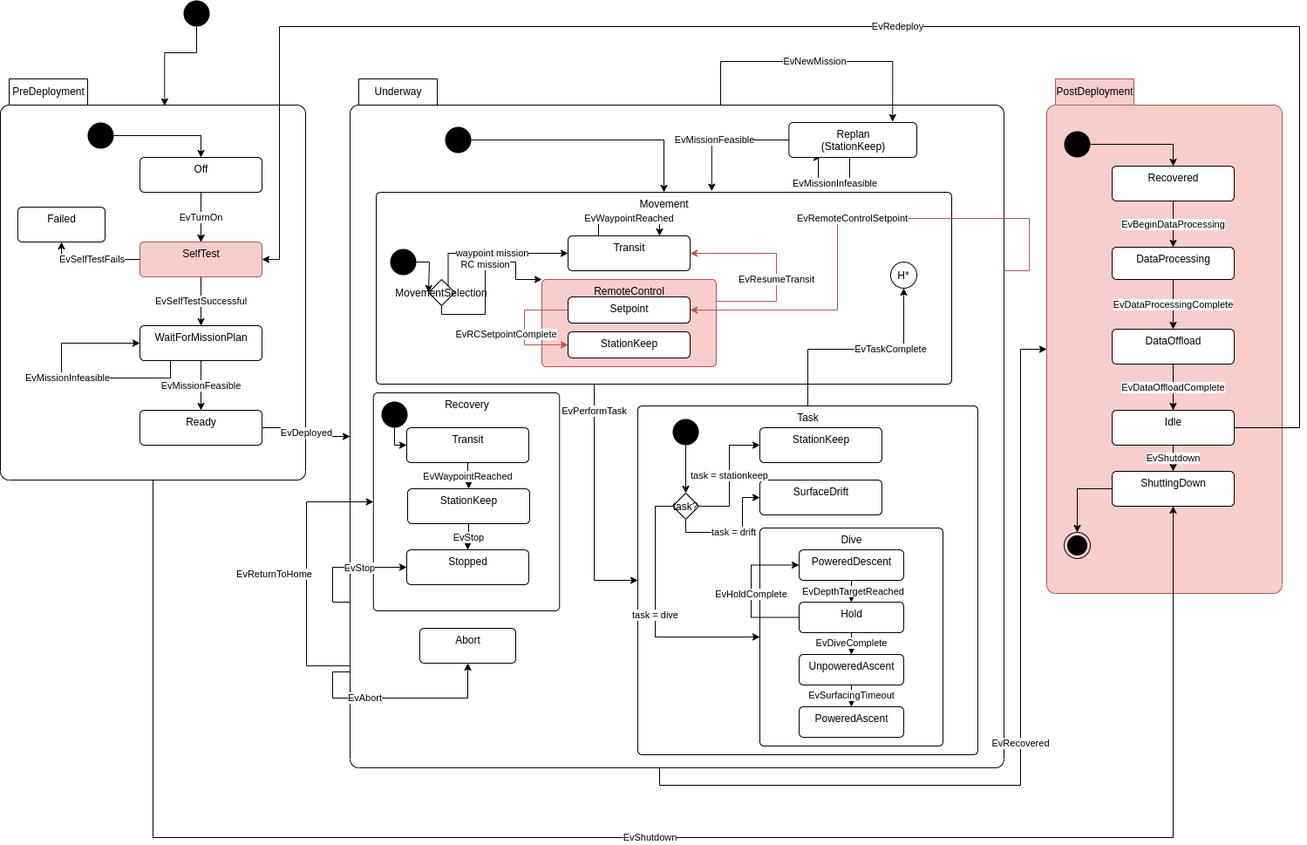
This is src/doc/figures/mission-states.png from jaiarobotics/jaiabot, a draw.io export, as it was before one commit. Source tidied: cells renumbered, new cells last; positions are measured from the earlier drawing's top-left corner, leaving out a move shared by most shapes.
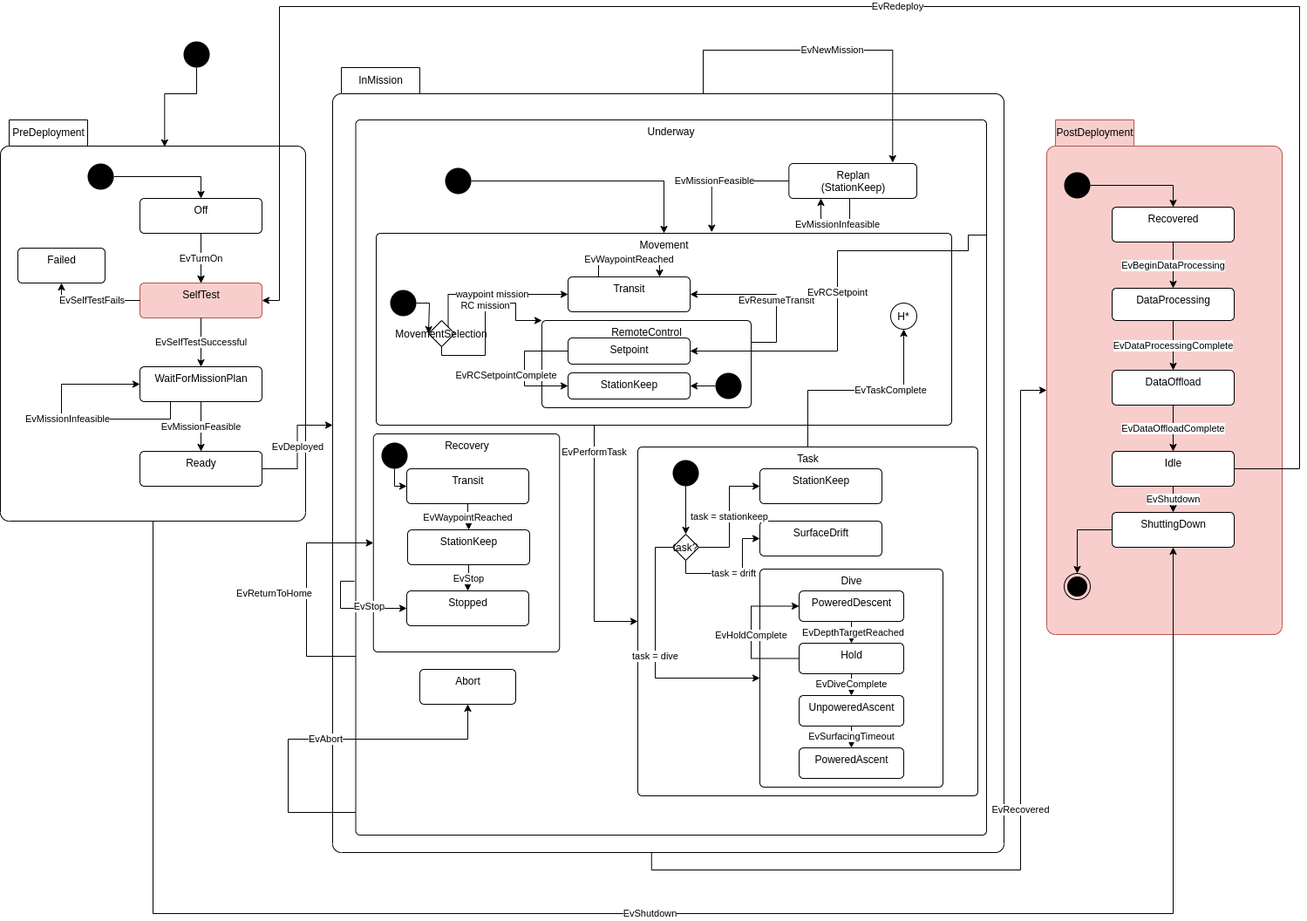
Later version of the same file.

Diff of the diagram source:
```diff
@@ -97,15 +97,18 @@
       </mxGeometry>
     </mxCell>
     <mxCell id="30" style="group;" parent="1" vertex="1">
-      <mxGeometry x="401" y="130" width="830" height="750" as="geometry" />
+      <mxGeometry x="401" y="130" width="830" height="800" as="geometry" />
     </mxCell>
-    <mxCell id="31" value="Underway" style="shape=folder;align=center;verticalAlign=middle;fontStyle=0;tabWidth=100;tabHeight=30;tabPosition=left;html=1;boundedLbl=1;labelInHeader=1;rounded=1;absoluteArcSize=1;arcSize=10;" parent="30" vertex="1">
-      <mxGeometry y="-40" width="750" height="790" as="geometry" />
+    <mxCell id="31" value="InMission" style="shape=folder;align=center;verticalAlign=middle;fontStyle=0;tabWidth=100;tabHeight=30;tabPosition=left;html=1;boundedLbl=1;labelInHeader=1;rounded=1;absoluteArcSize=1;arcSize=10;" parent="30" vertex="1">
+      <mxGeometry x="-20" y="-100" width="770" height="900" as="geometry" />
     </mxCell>
+    <mxCell id="97" value="Underway" style="html=1;align=center;verticalAlign=top;rounded=1;absoluteArcSize=1;arcSize=10;dashed=0;" parent="30" vertex="1">
+      <mxGeometry x="6.5" y="-40" width="723.5" height="820" as="geometry" />
+    </mxCell>
-    <mxCell id="32" value="EvReturnToHome" style="edgeStyle=orthogonalEdgeStyle;rounded=0;jettySize=auto;html=1;entryX=0;entryY=0.5;entryDx=0;entryDy=0;exitX=-0.001;exitY=0.852;exitDx=0;exitDy=0;exitPerimeter=0;" parent="30" edge="1" source="31" target="37">
+    <mxCell id="32" value="EvReturnToHome" style="edgeStyle=orthogonalEdgeStyle;rounded=0;jettySize=auto;html=1;entryX=0;entryY=0.5;entryDx=0;entryDy=0;exitX=0;exitY=0.75;exitDx=0;exitDy=0;" parent="30" edge="1" source="97" target="37">
       <mxGeometry x="-0.02" y="37" relative="1" as="geometry">
         <Array as="points">
-          <mxPoint x="-50" y="633" />
+          <mxPoint x="-50" y="575" />
           <mxPoint x="-50" y="445" />
         </Array>
       </mxGeometry>
@@ -169,8 +172,13 @@
     <mxCell id="46" style="ellipse;fillColor=#000000;strokeColor=none;" parent="30" vertex="1">
       <mxGeometry x="36" y="330" width="30" height="30" as="geometry" />
     </mxCell>
-    <mxCell id="47" style="edgeStyle=orthogonalEdgeStyle;rounded=0;jettySize=auto;html=1;entryX=0;entryY=0.5;entryDx=0;entryDy=0;exitX=0;exitY=0;exitDx=0;exitDy=600;exitPerimeter=0;" parent="30" edge="1" source="31" target="51">
-      <mxGeometry relative="1" as="geometry" />
+    <mxCell id="47" style="edgeStyle=orthogonalEdgeStyle;rounded=0;jettySize=auto;html=1;entryX=0;entryY=0.5;entryDx=0;entryDy=0;exitX=-0.002;exitY=0.645;exitDx=0;exitDy=0;exitPerimeter=0;" parent="30" edge="1" source="97" target="51">
+      <mxGeometry relative="1" as="geometry">
+        <Array as="points">
+          <mxPoint x="-11" y="489" />
+          <mxPoint x="-11" y="520" />
+        </Array>
+      </mxGeometry>
     </mxCell>
     <mxCell id="48" value="EvStop" style="edgeLabel;html=1;align=center;verticalAlign=middle;" parent="47" vertex="1">
       <mxGeometry x="-0.2" y="1" relative="1" as="geometry">
@@ -180,12 +188,11 @@
     <mxCell id="49" value="Abort" style="html=1;align=center;verticalAlign=top;rounded=1;absoluteArcSize=1;arcSize=10;dashed=0;" parent="30" vertex="1">
       <mxGeometry x="80" y="590" width="110" height="40" as="geometry" />
     </mxCell>
-    <mxCell id="50" value="EvAbort" style="edgeStyle=orthogonalEdgeStyle;rounded=0;jettySize=auto;html=1;entryX=0.5;entryY=1;entryDx=0;entryDy=0;exitX=0;exitY=0.949;exitDx=0;exitDy=0;exitPerimeter=0;" parent="30" edge="1" source="31" target="49">
+    <mxCell id="50" value="EvAbort" style="edgeStyle=orthogonalEdgeStyle;rounded=0;jettySize=auto;html=1;entryX=0.5;entryY=1;entryDx=0;entryDy=0;" parent="30" edge="1" source="97" target="49">
       <mxGeometry relative="1" as="geometry">
         <Array as="points">
-          <mxPoint y="640" />
-          <mxPoint x="-20" y="640" />
-          <mxPoint x="-20" y="670" />
+          <mxPoint x="-71" y="754" />
+          <mxPoint x="-71" y="670" />
           <mxPoint x="135" y="670" />
         </Array>
       </mxGeometry>
@@ -294,8 +301,7 @@
       <mxGeometry x="-0.05" relative="1" as="geometry">
         <Array as="points">
           <mxPoint x="573" y="80" />
-          <mxPoint x="537" y="80" />
-          <mxPoint x="537" y="50" />
+          <mxPoint x="540" y="80" />
         </Array>
       </mxGeometry>
     </mxCell>
@@ -330,7 +336,7 @@
         </Array>
       </mxGeometry>
     </mxCell>
-    <mxCell id="82" value="EvResumeTransit" style="edgeStyle=orthogonalEdgeStyle;rounded=0;jettySize=auto;html=1;entryX=1;entryY=0.5;entryDx=0;entryDy=0;exitX=1;exitY=0.25;exitDx=0;exitDy=0;fillColor=#f8cecc;strokeColor=#b85450;jumpStyle=arc;" parent="30" edge="1" source="84" target="35">
+    <mxCell id="82" value="EvResumeTransit" style="edgeStyle=orthogonalEdgeStyle;rounded=0;jettySize=auto;html=1;entryX=1;entryY=0.5;entryDx=0;entryDy=0;exitX=1;exitY=0.25;exitDx=0;exitDy=0;jumpStyle=arc;" parent="30" edge="1" source="84" target="35">
       <mxGeometry x="-0.16" relative="1" as="geometry">
         <Array as="points">
           <mxPoint x="489" y="215" />
@@ -339,10 +345,10 @@
       </mxGeometry>
     </mxCell>
     <mxCell id="83" style="group;" parent="30" vertex="1">
-      <mxGeometry x="220" y="190" width="200" height="100" as="geometry" />
+      <mxGeometry x="220" y="190" width="240" height="100" as="geometry" />
     </mxCell>
-    <mxCell id="84" value="RemoteControl" style="html=1;align=center;verticalAlign=top;rounded=1;absoluteArcSize=1;arcSize=10;dashed=0;fillColor=#f8cecc;strokeColor=#b85450;" parent="83" vertex="1">
-      <mxGeometry width="200" height="100" as="geometry" />
+    <mxCell id="84" value="RemoteControl" style="html=1;align=center;verticalAlign=top;rounded=1;absoluteArcSize=1;arcSize=10;dashed=0;" parent="83" vertex="1">
+      <mxGeometry width="240" height="100" as="geometry" />
     </mxCell>
     <mxCell id="85" value="StationKeep" style="html=1;align=center;verticalAlign=top;rounded=1;absoluteArcSize=1;arcSize=10;dashed=0;" parent="83" vertex="1">
       <mxGeometry x="30" y="60" width="140" height="30" as="geometry" />
@@ -350,7 +356,7 @@
     <mxCell id="86" value="Setpoint" style="html=1;align=center;verticalAlign=top;rounded=1;absoluteArcSize=1;arcSize=10;dashed=0;" parent="83" vertex="1">
       <mxGeometry x="30" y="20" width="140" height="30" as="geometry" />
     </mxCell>
-    <mxCell id="87" value="EvRCSetpointComplete" style="edgeStyle=orthogonalEdgeStyle;rounded=0;jettySize=auto;html=1;entryX=0;entryY=0.5;entryDx=0;entryDy=0;fillColor=#f8cecc;strokeColor=#b85450;exitX=0;exitY=0.5;exitDx=0;exitDy=0;" parent="83" edge="1" source="86" target="85">
+    <mxCell id="87" value="EvRCSetpointComplete" style="edgeStyle=orthogonalEdgeStyle;rounded=0;jettySize=auto;html=1;entryX=0;entryY=0.5;entryDx=0;entryDy=0;exitX=0;exitY=0.5;exitDx=0;exitDy=0;" parent="83" edge="1" source="86" target="85">
       <mxGeometry x="0.11" y="-21" relative="1" as="geometry">
         <Array as="points">
           <mxPoint x="-20" y="35" />
@@ -358,12 +364,18 @@
         </Array>
       </mxGeometry>
     </mxCell>
+    <mxCell id="98" style="edgeStyle=orthogonalEdgeStyle;rounded=0;jettySize=auto;html=1;entryX=1;entryY=0.5;entryDx=0;entryDy=0;" parent="83" edge="1" source="99" target="85">
+      <mxGeometry relative="1" as="geometry" />
+    </mxCell>
+    <mxCell id="99" style="ellipse;fillColor=#000000;strokeColor=none;" parent="83" vertex="1">
+      <mxGeometry x="199" y="60" width="30" height="30" as="geometry" />
+    </mxCell>
-    <mxCell id="88" value="EvRemoteControlSetpoint" style="edgeStyle=orthogonalEdgeStyle;rounded=0;jettySize=auto;html=1;entryX=1;entryY=0.5;entryDx=0;entryDy=0;exitX=0;exitY=0;exitDx=750;exitDy=220;fillColor=#f8cecc;strokeColor=#b85450;exitPerimeter=0;jumpStyle=arc;" parent="30" edge="1" source="31" target="86">
+    <mxCell id="88" value="EvRCSetpoint" style="edgeStyle=orthogonalEdgeStyle;rounded=0;jettySize=auto;html=1;entryX=1;entryY=0.5;entryDx=0;entryDy=0;exitX=1;exitY=0.161;exitDx=0;exitDy=0;jumpStyle=arc;exitPerimeter=0;" parent="30" edge="1" source="97" target="86">
       <mxGeometry relative="1" as="geometry">
         <Array as="points">
-          <mxPoint x="779" y="180" />
-          <mxPoint x="779" y="120" />
-          <mxPoint x="559" y="120" />
+          <mxPoint x="709" y="92" />
+          <mxPoint x="709" y="110" />
+          <mxPoint x="559" y="110" />
           <mxPoint x="559" y="225" />
         </Array>
       </mxGeometry>
@@ -380,8 +392,8 @@
     <mxCell id="92" value="EvRecovered" style="edgeStyle=orthogonalEdgeStyle;rounded=0;jettySize=auto;html=1;entryX=0;entryY=0;entryDx=0;entryDy=310;exitX=0.475;exitY=1;exitDx=0;exitDy=0;exitPerimeter=0;entryPerimeter=0;" parent="1" edge="1" source="31" target="3">
       <mxGeometry relative="1" as="geometry">
         <Array as="points">
-          <mxPoint x="756" y="900" />
-          <mxPoint x="1170" y="900" />
+          <mxPoint x="747" y="950" />
+          <mxPoint x="1170" y="950" />
           <mxPoint x="1170" y="400" />
         </Array>
       </mxGeometry>
@@ -395,8 +407,8 @@
     <mxCell id="95" value="EvShutdown" style="edgeStyle=orthogonalEdgeStyle;rounded=0;jettySize=auto;html=1;entryX=0.5;entryY=1;entryDx=0;entryDy=0;" parent="1" edge="1" source="18" target="10">
       <mxGeometry relative="1" as="geometry">
         <Array as="points">
-          <mxPoint x="175" y="960" />
-          <mxPoint x="1345" y="960" />
+          <mxPoint x="175" y="1000" />
+          <mxPoint x="1345" y="1000" />
         </Array>
       </mxGeometry>
     </mxCell>
@@ -404,8 +416,8 @@
       <mxGeometry relative="1" as="geometry">
         <Array as="points">
           <mxPoint x="1490" y="490" />
-          <mxPoint x="1490" y="30" />
-          <mxPoint x="320" y="30" />
+          <mxPoint x="1490" y="-40" />
+          <mxPoint x="320" y="-40" />
           <mxPoint x="320" y="297" />
         </Array>
       </mxGeometry>
```
